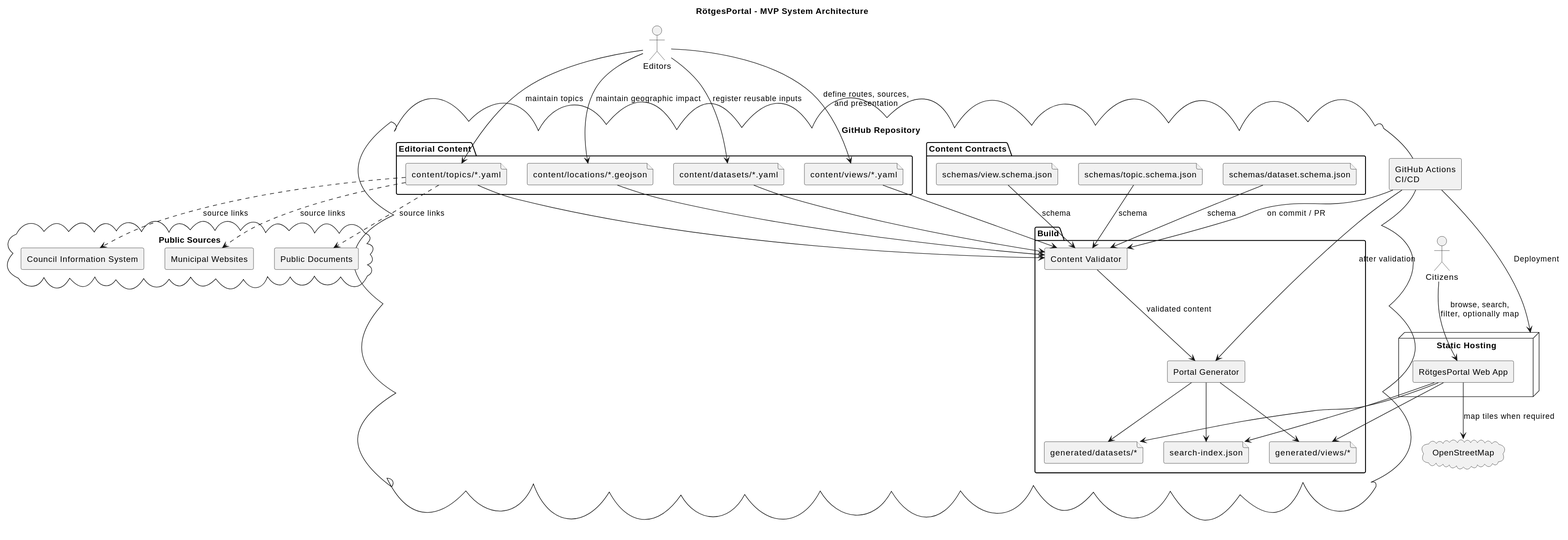
Earlier version of the PlantUML export docs/architecture/system-architecture.svg (codeWithDEI/RoetgesPortal).
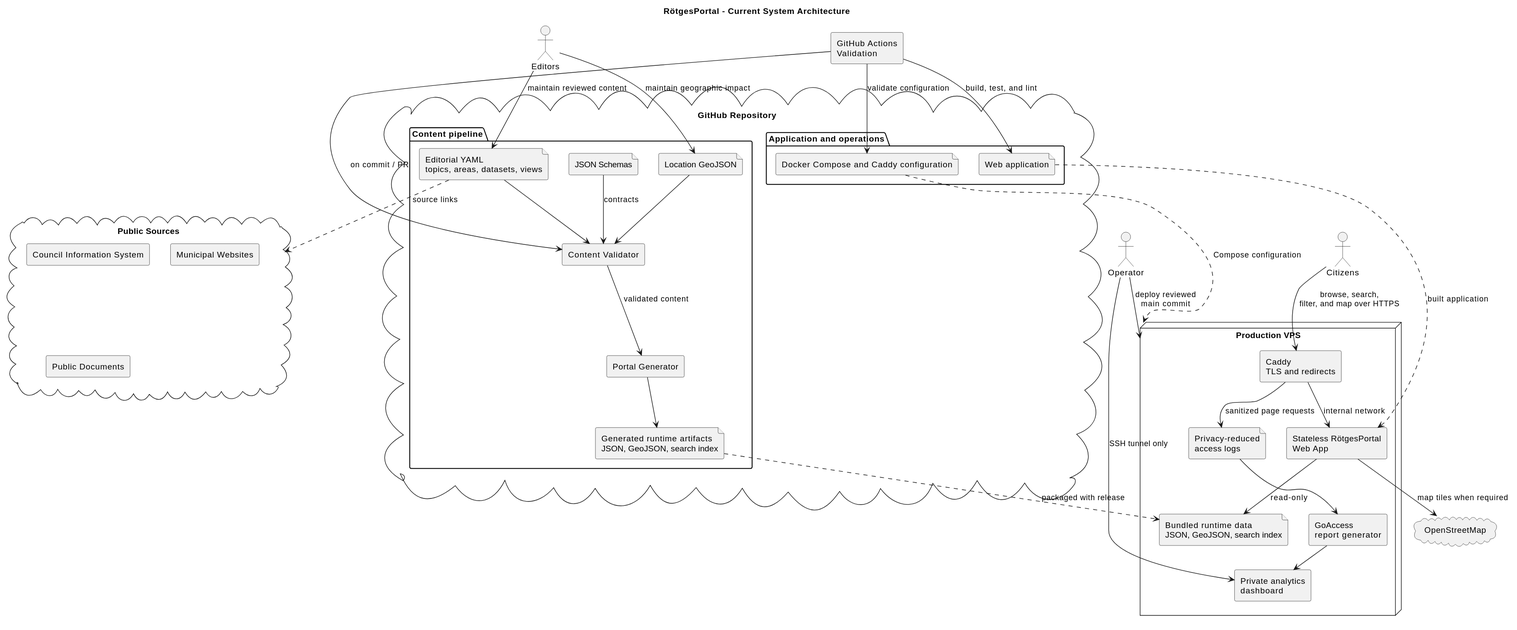
The same diagram one commit later.

Diff of the diagram source:
```diff
@@ -1,76 +1,73 @@
 @startuml
-title RötgesPortal - MVP System Architecture
+title RötgesPortal - Current System Architecture
 
 skinparam componentStyle rectangle
 skinparam shadowing false
+skinparam nodesep 35
+skinparam ranksep 40
 
 actor "Editors" as Editor
 actor "Citizens" as Citizen
+actor "Operator" as Operator
 
 cloud "GitHub Repository" {
-  folder "Editorial Content" {
-    file "content/topics/*.yaml" as Topics
-    file "content/locations/*.geojson" as Locations
-    file "content/datasets/*.yaml" as Datasets
-    file "content/views/*.yaml" as Views
+  package "Content pipeline" {
+    file "Editorial YAML\ntopics, areas, datasets, views" as Content
+    file "Location GeoJSON" as Locations
+    file "JSON Schemas" as Schemas
+    component "Content Validator" as Validator
+    component "Portal Generator" as Generator
+    file "Generated runtime artifacts\nJSON, GeoJSON, search index" as Generated
   }
 
-  folder "Content Contracts" {
-    file "schemas/topic.schema.json" as TopicSchema
-    file "schemas/dataset.schema.json" as DatasetSchema
-    file "schemas/view.schema.json" as ViewSchema
-  }
-
-  folder "Build" {
-    component "Content Validator" as Validator
-    component "Portal Generator" as Generator
-    file "generated/datasets/*" as GeneratedDatasets
-    file "generated/views/*" as GeneratedViews
-    file "search-index.json" as SearchIndex
+  package "Application and operations" {
+    file "Web application" as WebSource
+    file "Docker Compose and Caddy configuration" as Deployment
   }
 }
 
-component "GitHub Actions\nCI/CD" as Pipeline
+component "GitHub Actions\nValidation" as Pipeline
 
-node "Static Hosting" as Hosting {
-  component "RötgesPortal Web App" as Portal
+node "Production VPS" as Hosting {
+  component "Caddy\nTLS and redirects" as Caddy
+  component "Stateless RötgesPortal\nWeb App" as Portal
+  file "Bundled runtime data\nJSON, GeoJSON, search index" as RuntimeData
+  file "Privacy-reduced\naccess logs" as AccessLogs
+  component "GoAccess\nreport generator" as Analytics
+  component "Private analytics\ndashboard" as Dashboard
 }
 
 cloud "OpenStreetMap" as OSM
 cloud "Public Sources" as Sources {
-  component "Council Information System" as RIS
-  component "Municipal Websites" as Municipality
-  component "Public Documents" as Documents
+  component "Council Information System"
+  component "Municipal Websites"
+  component "Public Documents"
 }
 
-Editor --> Topics : maintain topics
+Editor --> Content : maintain reviewed content
 Editor --> Locations : maintain geographic impact
-Editor --> Datasets : register reusable inputs
-Editor --> Views : define routes, sources,\nand presentation
-
-Topics --> Validator
+Content --> Validator
 Locations --> Validator
-Datasets --> Validator
-Views --> Validator
-TopicSchema --> Validator : schema
-DatasetSchema --> Validator : schema
-ViewSchema --> Validator : schema
+Schemas --> Validator : contracts
 Validator --> Generator : validated content
-Generator --> GeneratedDatasets
-Generator --> GeneratedViews
-Generator --> SearchIndex
+Generator --> Generated
 
 Pipeline --> Validator : on commit / PR
-Pipeline --> Generator : after validation
-Pipeline --> Hosting : Deployment
+Pipeline --> WebSource : build, test, and lint
+Pipeline --> Deployment : validate configuration
+Operator --> Hosting : deploy reviewed\nmain commit
 
-Citizen --> Portal : browse, search,\nfilter, optionally map
-Portal --> GeneratedDatasets
-Portal --> GeneratedViews
-Portal --> SearchIndex
+Citizen --> Caddy : browse, search,\nfilter, and map over HTTPS
+Caddy --> Portal : internal network
+WebSource ..> Portal : built application
+Deployment ..> Hosting : Compose configuration
+Generated ..> RuntimeData : packaged with release
+Portal --> RuntimeData : read-only
 Portal --> OSM : map tiles when required
+Caddy --> AccessLogs : sanitized page requests
+AccessLogs --> Analytics
+Analytics --> Dashboard
+Operator --> Dashboard : SSH tunnel only
 
-Topics ..> RIS : source links
-Topics ..> Municipality : source links
-Topics ..> Documents : source links
+Content ..> Sources : source links
 @enduml
```
